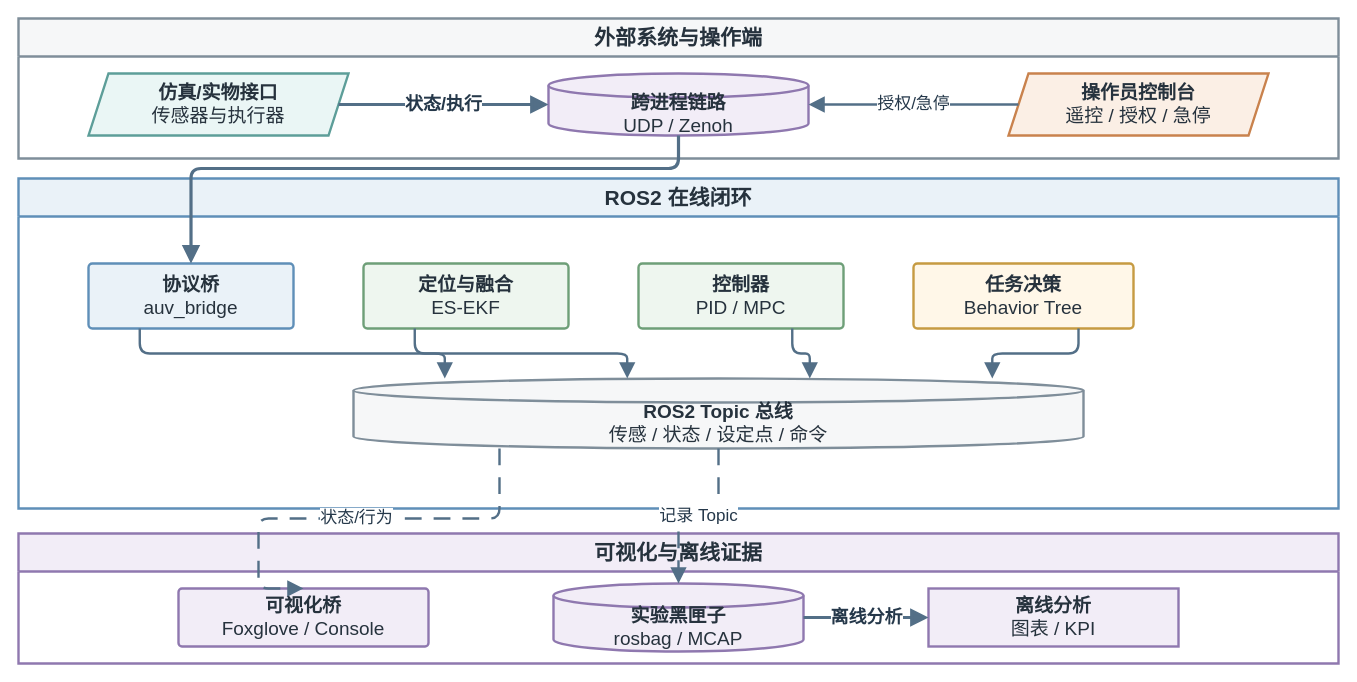
The draw.io diagram docs/internals/figures/architecture/auv_ros2_node_topology.drawio in 360ZMEM/AUV-Master-Project, before the edit. Source tidied: cells renumbered, new cells numbered last; positions are measured from the earlier drawing's top-left corner, leaving out a move shared by most shapes. Both pictures are drawn from the tidied source at 100%, with x=0, y=0 at pixel (18, 18).
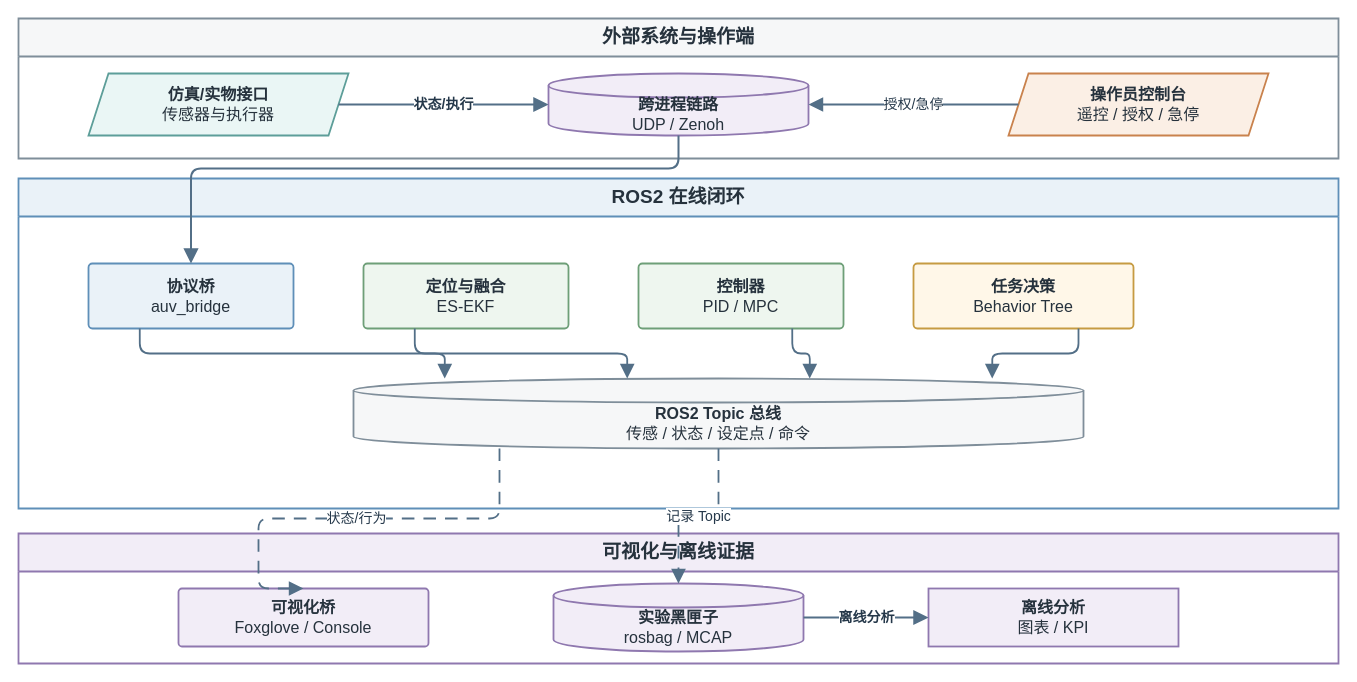
After the change.

Diff of the diagram source:
```diff
@@
-    <mxCell id="2" value="外部系统与操作端" style="swimlane;whiteSpace=wrap;html=1;startSize=38;rounded=0;fillColor=#F6F7F8;strokeColor=#7F8E9A;strokeWidth=2.4;fontFamily=Songti SC;fontSize=21;fontStyle=1;fontColor=#26323D;" parent="1" vertex="1">
+    <mxCell id="2" value="外部系统与操作端" style="swimlane;whiteSpace=wrap;html=1;startSize=38;rounded=0;fillColor=#F6F7F8;strokeColor=#7F8E9A;strokeWidth=1.8;fontFamily=Songti SC;fontSize=19;fontStyle=1;fontColor=#26323D;" parent="1" vertex="1">
       <mxGeometry width="1320" height="140" as="geometry" />
     </mxCell>
-    <mxCell id="3" value="ROS2 在线闭环" style="swimlane;whiteSpace=wrap;html=1;startSize=38;rounded=0;fillColor=#EAF2F8;strokeColor=#5F8FB8;strokeWidth=2.4;fontFamily=Songti SC;fontSize=21;fontStyle=1;fontColor=#26323D;" parent="1" vertex="1">
+    <mxCell id="3" value="ROS2 在线闭环" style="swimlane;whiteSpace=wrap;html=1;startSize=38;rounded=0;fillColor=#EAF2F8;strokeColor=#5F8FB8;strokeWidth=1.8;fontFamily=Songti SC;fontSize=19;fontStyle=1;fontColor=#26323D;" parent="1" vertex="1">
       <mxGeometry y="160" width="1320" height="330" as="geometry" />
     </mxCell>
-    <mxCell id="4" value="可视化与离线证据" style="swimlane;whiteSpace=wrap;html=1;startSize=38;rounded=0;fillColor=#F2EDF7;strokeColor=#8F78AF;strokeWidth=2.4;fontFamily=Songti SC;fontSize=21;fontStyle=1;fontColor=#26323D;" parent="1" vertex="1">
+    <mxCell id="4" value="可视化与离线证据" style="swimlane;whiteSpace=wrap;html=1;startSize=38;rounded=0;fillColor=#F2EDF7;strokeColor=#8F78AF;strokeWidth=1.8;fontFamily=Songti SC;fontSize=19;fontStyle=1;fontColor=#26323D;" parent="1" vertex="1">
       <mxGeometry y="515" width="1320" height="130" as="geometry" />
     </mxCell>
-    <mxCell id="5" value="&lt;b&gt;仿真/实物接口&lt;/b&gt;&lt;br&gt;传感器与执行器" style="shape=parallelogram;perimeter=parallelogramPerimeter;fixedSize=1;whiteSpace=wrap;html=1;align=center;verticalAlign=middle;fillColor=#EAF6F5;strokeColor=#5D9E99;strokeWidth=2.4;spacing=8;fontFamily=Songti SC;fontSize=19;fontColor=#26323D;" parent="2" vertex="1">
+    <mxCell id="5" value="&lt;b&gt;仿真/实物接口&lt;/b&gt;&lt;br&gt;传感器与执行器" style="shape=parallelogram;perimeter=parallelogramPerimeter;fixedSize=1;whiteSpace=wrap;html=1;align=center;verticalAlign=middle;fillColor=#EAF6F5;strokeColor=#5D9E99;strokeWidth=1.8;spacing=8;fontFamily=Songti SC;fontSize=16;fontColor=#26323D;" parent="2" vertex="1">
       <mxGeometry x="70" y="55" width="260" height="62" as="geometry" />
     </mxCell>
-    <mxCell id="6" value="&lt;b&gt;跨进程链路&lt;/b&gt;&lt;br&gt;UDP / Zenoh" style="shape=cylinder3;boundedLbl=1;backgroundOutline=1;size=12;whiteSpace=wrap;html=1;align=center;verticalAlign=middle;fillColor=#F2EDF7;strokeColor=#8F78AF;strokeWidth=2.4;spacing=8;fontFamily=Songti SC;fontSize=19;fontColor=#26323D;" parent="2" vertex="1">
+    <mxCell id="6" value="&lt;b&gt;跨进程链路&lt;/b&gt;&lt;br&gt;UDP / Zenoh" style="shape=cylinder3;boundedLbl=1;backgroundOutline=1;size=12;whiteSpace=wrap;html=1;align=center;verticalAlign=middle;fillColor=#F2EDF7;strokeColor=#8F78AF;strokeWidth=1.8;spacing=8;fontFamily=Songti SC;fontSize=16;fontColor=#26323D;" parent="2" vertex="1">
       <mxGeometry x="530" y="55" width="260" height="62" as="geometry" />
     </mxCell>
-    <mxCell id="7" value="&lt;b&gt;操作员控制台&lt;/b&gt;&lt;br&gt;遥控 / 授权 / 急停" style="shape=parallelogram;perimeter=parallelogramPerimeter;fixedSize=1;whiteSpace=wrap;html=1;align=center;verticalAlign=middle;fillColor=#FBEFE5;strokeColor=#C9824D;strokeWidth=2.4;spacing=8;fontFamily=Songti SC;fontSize=19;fontColor=#26323D;" parent="2" vertex="1">
+    <mxCell id="7" value="&lt;b&gt;操作员控制台&lt;/b&gt;&lt;br&gt;遥控 / 授权 / 急停" style="shape=parallelogram;perimeter=parallelogramPerimeter;fixedSize=1;whiteSpace=wrap;html=1;align=center;verticalAlign=middle;fillColor=#FBEFE5;strokeColor=#C9824D;strokeWidth=1.8;spacing=8;fontFamily=Songti SC;fontSize=16;fontColor=#26323D;" parent="2" vertex="1">
       <mxGeometry x="990" y="55" width="260" height="62" as="geometry" />
     </mxCell>
-    <mxCell id="8" value="&lt;b&gt;协议桥&lt;/b&gt;&lt;br&gt;auv_bridge" style="rounded=1;arcSize=6;whiteSpace=wrap;html=1;align=center;verticalAlign=middle;fillColor=#EAF2F8;strokeColor=#5F8FB8;strokeWidth=2.4;spacing=8;fontFamily=Songti SC;fontSize=19;fontColor=#26323D;" parent="3" vertex="1">
+    <mxCell id="8" value="&lt;b&gt;协议桥&lt;/b&gt;&lt;br&gt;auv_bridge" style="rounded=1;arcSize=6;whiteSpace=wrap;html=1;align=center;verticalAlign=middle;fillColor=#EAF2F8;strokeColor=#5F8FB8;strokeWidth=1.8;spacing=8;fontFamily=Songti SC;fontSize=16;fontColor=#26323D;" parent="3" vertex="1">
       <mxGeometry x="70" y="85" width="205" height="65" as="geometry" />
     </mxCell>
-    <mxCell id="9" value="&lt;b&gt;定位与融合&lt;/b&gt;&lt;br&gt;ES-EKF" style="rounded=1;arcSize=6;whiteSpace=wrap;html=1;align=center;verticalAlign=middle;fillColor=#EEF6EF;strokeColor=#6E9F78;strokeWidth=2.4;spacing=8;fontFamily=Songti SC;fontSize=19;fontColor=#26323D;" parent="3" vertex="1">
+    <mxCell id="9" value="&lt;b&gt;定位与融合&lt;/b&gt;&lt;br&gt;ES-EKF" style="rounded=1;arcSize=6;whiteSpace=wrap;html=1;align=center;verticalAlign=middle;fillColor=#EEF6EF;strokeColor=#6E9F78;strokeWidth=1.8;spacing=8;fontFamily=Songti SC;fontSize=16;fontColor=#26323D;" parent="3" vertex="1">
       <mxGeometry x="345" y="85" width="205" height="65" as="geometry" />
     </mxCell>
-    <mxCell id="10" value="&lt;b&gt;控制器&lt;/b&gt;&lt;br&gt;PID / MPC" style="rounded=1;arcSize=6;whiteSpace=wrap;html=1;align=center;verticalAlign=middle;fillColor=#EEF6EF;strokeColor=#6E9F78;strokeWidth=2.4;spacing=8;fontFamily=Songti SC;fontSize=19;fontColor=#26323D;" parent="3" vertex="1">
+    <mxCell id="10" value="&lt;b&gt;控制器&lt;/b&gt;&lt;br&gt;PID / MPC" style="rounded=1;arcSize=6;whiteSpace=wrap;html=1;align=center;verticalAlign=middle;fillColor=#EEF6EF;strokeColor=#6E9F78;strokeWidth=1.8;spacing=8;fontFamily=Songti SC;fontSize=16;fontColor=#26323D;" parent="3" vertex="1">
       <mxGeometry x="620" y="85" width="205" height="65" as="geometry" />
     </mxCell>
-    <mxCell id="11" value="&lt;b&gt;任务决策&lt;/b&gt;&lt;br&gt;Behavior Tree" style="rounded=1;arcSize=6;whiteSpace=wrap;html=1;align=center;verticalAlign=middle;fillColor=#FFF7E8;strokeColor=#C69B42;strokeWidth=2.4;spacing=8;fontFamily=Songti SC;fontSize=19;fontColor=#26323D;" parent="3" vertex="1">
+    <mxCell id="11" value="&lt;b&gt;任务决策&lt;/b&gt;&lt;br&gt;Behavior Tree" style="rounded=1;arcSize=6;whiteSpace=wrap;html=1;align=center;verticalAlign=middle;fillColor=#FFF7E8;strokeColor=#C69B42;strokeWidth=1.8;spacing=8;fontFamily=Songti SC;fontSize=16;fontColor=#26323D;" parent="3" vertex="1">
       <mxGeometry x="895" y="85" width="220" height="65" as="geometry" />
     </mxCell>
-    <mxCell id="12" value="&lt;b&gt;ROS2 Topic 总线&lt;/b&gt;&lt;br&gt;传感 / 状态 / 设定点 / 命令" style="shape=cylinder3;boundedLbl=1;backgroundOutline=1;size=12;whiteSpace=wrap;html=1;align=center;verticalAlign=middle;fillColor=#F6F7F8;strokeColor=#7F8E9A;strokeWidth=2.4;spacing=8;fontFamily=Songti SC;fontSize=19;fontColor=#26323D;" parent="3" vertex="1">
+    <mxCell id="12" value="&lt;b&gt;ROS2 Topic 总线&lt;/b&gt;&lt;br&gt;传感 / 状态 / 设定点 / 命令" style="shape=cylinder3;boundedLbl=1;backgroundOutline=1;size=12;whiteSpace=wrap;html=1;align=center;verticalAlign=middle;fillColor=#F6F7F8;strokeColor=#7F8E9A;strokeWidth=1.8;spacing=8;fontFamily=Songti SC;fontSize=16;fontColor=#26323D;" parent="3" vertex="1">
       <mxGeometry x="335" y="200" width="730" height="70" as="geometry" />
     </mxCell>
-    <mxCell id="13" value="&lt;b&gt;可视化桥&lt;/b&gt;&lt;br&gt;Foxglove / Console" style="rounded=1;arcSize=6;whiteSpace=wrap;html=1;align=center;verticalAlign=middle;fillColor=#F2EDF7;strokeColor=#8F78AF;strokeWidth=2.4;spacing=8;fontFamily=Songti SC;fontSize=19;fontColor=#26323D;" parent="4" vertex="1">
+    <mxCell id="13" value="&lt;b&gt;可视化桥&lt;/b&gt;&lt;br&gt;Foxglove / Console" style="rounded=1;arcSize=6;whiteSpace=wrap;html=1;align=center;verticalAlign=middle;fillColor=#F2EDF7;strokeColor=#8F78AF;strokeWidth=1.8;spacing=8;fontFamily=Songti SC;fontSize=16;fontColor=#26323D;" parent="4" vertex="1">
       <mxGeometry x="160" y="55" width="250" height="58" as="geometry" />
     </mxCell>
-    <mxCell id="14" value="&lt;b&gt;实验黑匣子&lt;/b&gt;&lt;br&gt;rosbag / MCAP" style="shape=cylinder3;boundedLbl=1;backgroundOutline=1;size=12;whiteSpace=wrap;html=1;align=center;verticalAlign=middle;fillColor=#F2EDF7;strokeColor=#8F78AF;strokeWidth=2.4;spacing=8;fontFamily=Songti SC;fontSize=19;fontColor=#26323D;" parent="4" vertex="1">
+    <mxCell id="14" value="&lt;b&gt;实验黑匣子&lt;/b&gt;&lt;br&gt;rosbag / MCAP" style="shape=cylinder3;boundedLbl=1;backgroundOutline=1;size=12;whiteSpace=wrap;html=1;align=center;verticalAlign=middle;fillColor=#F2EDF7;strokeColor=#8F78AF;strokeWidth=1.8;spacing=8;fontFamily=Songti SC;fontSize=16;fontColor=#26323D;" parent="4" vertex="1">
       <mxGeometry x="535" y="50" width="250" height="68" as="geometry" />
     </mxCell>
-    <mxCell id="15" value="&lt;b&gt;离线分析&lt;/b&gt;&lt;br&gt;图表 / KPI" style="rounded=0;whiteSpace=wrap;html=1;align=center;verticalAlign=middle;fillColor=#F2EDF7;strokeColor=#8F78AF;strokeWidth=2.4;spacing=8;fontFamily=Songti SC;fontSize=19;fontColor=#26323D;" parent="4" vertex="1">
+    <mxCell id="15" value="&lt;b&gt;离线分析&lt;/b&gt;&lt;br&gt;图表 / KPI" style="rounded=0;whiteSpace=wrap;html=1;align=center;verticalAlign=middle;fillColor=#F2EDF7;strokeColor=#8F78AF;strokeWidth=1.8;spacing=8;fontFamily=Songti SC;fontSize=16;fontColor=#26323D;" parent="4" vertex="1">
       <mxGeometry x="910" y="55" width="250" height="58" as="geometry" />
     </mxCell>
-    <mxCell id="16" value="状态/执行" style="edgeStyle=orthogonalEdgeStyle;rounded=1;jettySize=auto;html=1;strokeColor=#536F87;strokeWidth=3.2;fontFamily=Songti SC;fontSize=18;fontStyle=1;fontColor=#25384A;labelBackgroundColor=#FFFFFF;labelBorderColor=none;endArrow=block;endFill=1;endSize=10;exitX=1;entryX=0;" parent="1" edge="1" source="5" target="6">
+    <mxCell id="16" value="状态/执行" style="edgeStyle=orthogonalEdgeStyle;rounded=1;jettySize=auto;html=1;strokeColor=#536F87;strokeWidth=2.0;fontFamily=Songti SC;fontSize=14;fontStyle=1;fontColor=#25384A;labelBackgroundColor=#FFFFFF;labelBorderColor=none;endArrow=block;endFill=1;endSize=10;exitX=1;entryX=0;" parent="1" edge="1" source="5" target="6">
       <mxGeometry relative="1" as="geometry" />
     </mxCell>
-    <mxCell id="17" value="授权/急停" style="edgeStyle=orthogonalEdgeStyle;rounded=1;jettySize=auto;html=1;strokeColor=#536F87;strokeWidth=2.4;fontFamily=Songti SC;fontSize=17;fontColor=#25384A;labelBackgroundColor=#FFFFFF;labelBorderColor=none;endArrow=block;endFill=1;endSize=10;exitX=1;entryX=0;" parent="1" edge="1" source="7" target="6">
+    <mxCell id="17" value="授权/急停" style="edgeStyle=orthogonalEdgeStyle;rounded=1;jettySize=auto;html=1;strokeColor=#536F87;strokeWidth=1.8;fontFamily=Songti SC;fontSize=14;fontColor=#25384A;labelBackgroundColor=#FFFFFF;labelBorderColor=none;endArrow=block;endFill=1;endSize=10;exitX=1;entryX=0;" parent="1" edge="1" source="7" target="6">
       <mxGeometry relative="1" as="geometry" />
     </mxCell>
-    <mxCell id="18" style="edgeStyle=orthogonalEdgeStyle;rounded=1;jettySize=auto;html=1;strokeColor=#536F87;strokeWidth=3.2;fontFamily=Songti SC;fontSize=18;fontStyle=1;fontColor=#25384A;labelBackgroundColor=#FFFFFF;labelBorderColor=none;endArrow=block;endFill=1;endSize=10;exitX=0.5;exitY=1;entryX=0.5;entryY=0;" parent="1" edge="1" source="6" target="8">
+    <mxCell id="18" style="edgeStyle=orthogonalEdgeStyle;rounded=1;jettySize=auto;html=1;strokeColor=#536F87;strokeWidth=2.0;fontFamily=Songti SC;fontSize=14;fontStyle=1;fontColor=#25384A;labelBackgroundColor=#FFFFFF;labelBorderColor=none;endArrow=block;endFill=1;endSize=10;exitX=0.5;exitY=1;entryX=0.5;entryY=0;" parent="1" edge="1" source="6" target="8">
       <mxGeometry relative="1" as="geometry">
         <Array as="points">
           <mxPoint x="630" y="150" />
           <mxPoint x="140" y="150" />
         </Array>
       </mxGeometry>
     </mxCell>
-    <mxCell id="19" style="edgeStyle=orthogonalEdgeStyle;rounded=1;jettySize=auto;html=1;strokeColor=#536F87;strokeWidth=2.4;fontFamily=Songti SC;fontSize=17;fontColor=#25384A;labelBackgroundColor=#FFFFFF;labelBorderColor=none;endArrow=block;endFill=1;endSize=10;exitX=0.25;exitY=1;entryX=0.125;entryY=0;" parent="1" edge="1" source="8" target="12">
+    <mxCell id="19" style="edgeStyle=orthogonalEdgeStyle;rounded=1;jettySize=auto;html=1;strokeColor=#536F87;strokeWidth=1.8;fontFamily=Songti SC;fontSize=14;fontColor=#25384A;labelBackgroundColor=#FFFFFF;labelBorderColor=none;endArrow=block;endFill=1;endSize=10;exitX=0.25;exitY=1;entryX=0.125;entryY=0;" parent="1" edge="1" source="8" target="12">
       <mxGeometry relative="1" as="geometry" />
     </mxCell>
-    <mxCell id="20" style="edgeStyle=orthogonalEdgeStyle;rounded=1;jettySize=auto;html=1;strokeColor=#536F87;strokeWidth=2.4;fontFamily=Songti SC;fontSize=17;fontColor=#25384A;labelBackgroundColor=#FFFFFF;labelBorderColor=none;endArrow=block;endFill=1;endSize=10;exitX=0.25;exitY=1;entryX=0.375;entryY=0;" parent="1" edge="1" source="9" target="12">
+    <mxCell id="20" style="edgeStyle=orthogonalEdgeStyle;rounded=1;jettySize=auto;html=1;strokeColor=#536F87;strokeWidth=1.8;fontFamily=Songti SC;fontSize=14;fontColor=#25384A;labelBackgroundColor=#FFFFFF;labelBorderColor=none;endArrow=block;endFill=1;endSize=10;exitX=0.25;exitY=1;entryX=0.375;entryY=0;" parent="1" edge="1" source="9" target="12">
       <mxGeometry relative="1" as="geometry" />
     </mxCell>
-    <mxCell id="21" style="edgeStyle=orthogonalEdgeStyle;rounded=1;jettySize=auto;html=1;strokeColor=#536F87;strokeWidth=2.4;fontFamily=Songti SC;fontSize=17;fontColor=#25384A;labelBackgroundColor=#FFFFFF;labelBorderColor=none;endArrow=block;endFill=1;endSize=10;exitX=0.75;exitY=1;entryX=0.625;entryY=0;" parent="1" edge="1" source="10" target="12">
+    <mxCell id="21" style="edgeStyle=orthogonalEdgeStyle;rounded=1;jettySize=auto;html=1;strokeColor=#536F87;strokeWidth=1.8;fontFamily=Songti SC;fontSize=14;fontColor=#25384A;labelBackgroundColor=#FFFFFF;labelBorderColor=none;endArrow=block;endFill=1;endSize=10;exitX=0.75;exitY=1;entryX=0.625;entryY=0;" parent="1" edge="1" source="10" target="12">
       <mxGeometry relative="1" as="geometry" />
     </mxCell>
-    <mxCell id="22" style="edgeStyle=orthogonalEdgeStyle;rounded=1;jettySize=auto;html=1;strokeColor=#536F87;strokeWidth=2.4;fontFamily=Songti SC;fontSize=17;fontColor=#25384A;labelBackgroundColor=#FFFFFF;labelBorderColor=none;endArrow=block;endFill=1;endSize=10;exitX=0.75;exitY=1;entryX=0.875;entryY=0;" parent="1" edge="1" source="11" target="12">
+    <mxCell id="22" style="edgeStyle=orthogonalEdgeStyle;rounded=1;jettySize=auto;html=1;strokeColor=#536F87;strokeWidth=1.8;fontFamily=Songti SC;fontSize=14;fontColor=#25384A;labelBackgroundColor=#FFFFFF;labelBorderColor=none;endArrow=block;endFill=1;endSize=10;exitX=0.75;exitY=1;entryX=0.875;entryY=0;" parent="1" edge="1" source="11" target="12">
       <mxGeometry relative="1" as="geometry" />
     </mxCell>
-    <mxCell id="23" value="状态/行为" style="edgeStyle=orthogonalEdgeStyle;rounded=1;jettySize=auto;html=1;strokeColor=#536F87;strokeWidth=2.4;fontFamily=Songti SC;fontSize=17;fontColor=#25384A;labelBackgroundColor=#FFFFFF;labelBorderColor=none;endArrow=block;endFill=1;endSize=10;dashed=1;dashPattern=7 5;exitX=0.2;exitY=1;entryX=0.5;entryY=0;" parent="1" edge="1" source="12" target="13">
+    <mxCell id="23" value="状态/行为" style="edgeStyle=orthogonalEdgeStyle;rounded=1;jettySize=auto;html=1;strokeColor=#536F87;strokeWidth=1.8;fontFamily=Songti SC;fontSize=14;fontColor=#25384A;labelBackgroundColor=#FFFFFF;labelBorderColor=none;endArrow=block;endFill=1;endSize=10;dashed=1;dashPattern=7 5;exitX=0.2;exitY=1;entryX=0.5;entryY=0;" parent="1" edge="1" source="12" target="13">
       <mxGeometry relative="1" as="geometry">
         <Array as="points">
           <mxPoint x="240" y="500" />
         </Array>
       </mxGeometry>
     </mxCell>
-    <mxCell id="24" value="记录 Topic" style="edgeStyle=orthogonalEdgeStyle;rounded=1;jettySize=auto;html=1;strokeColor=#536F87;strokeWidth=2.4;fontFamily=Songti SC;fontSize=17;fontColor=#25384A;labelBackgroundColor=#FFFFFF;labelBorderColor=none;endArrow=block;endFill=1;endSize=10;dashed=1;dashPattern=7 5;exitX=0.5;exitY=1;entryX=0.5;entryY=0;" parent="1" edge="1" source="12" target="14">
+    <mxCell id="24" value="记录 Topic" style="edgeStyle=orthogonalEdgeStyle;rounded=1;jettySize=auto;html=1;strokeColor=#536F87;strokeWidth=1.8;fontFamily=Songti SC;fontSize=14;fontColor=#25384A;labelBackgroundColor=#FFFFFF;labelBorderColor=none;endArrow=block;endFill=1;endSize=10;dashed=1;dashPattern=7 5;exitX=0.5;exitY=1;entryX=0.5;entryY=0;" parent="1" edge="1" source="12" target="14">
       <mxGeometry relative="1" as="geometry" />
     </mxCell>
-    <mxCell id="25" value="离线分析" style="edgeStyle=orthogonalEdgeStyle;rounded=1;jettySize=auto;html=1;strokeColor=#536F87;strokeWidth=3.2;fontFamily=Songti SC;fontSize=18;fontStyle=1;fontColor=#25384A;labelBackgroundColor=#FFFFFF;labelBorderColor=none;endArrow=block;endFill=1;endSize=10;exitX=1;entryX=0;" parent="1" edge="1" source="14" target="15">
+    <mxCell id="25" value="离线分析" style="edgeStyle=orthogonalEdgeStyle;rounded=1;jettySize=auto;html=1;strokeColor=#536F87;strokeWidth=2.0;fontFamily=Songti SC;fontSize=14;fontStyle=1;fontColor=#25384A;labelBackgroundColor=#FFFFFF;labelBorderColor=none;endArrow=block;endFill=1;endSize=10;exitX=1;entryX=0;" parent="1" edge="1" source="14" target="15">
       <mxGeometry relative="1" as="geometry" />
     </mxCell>
```
